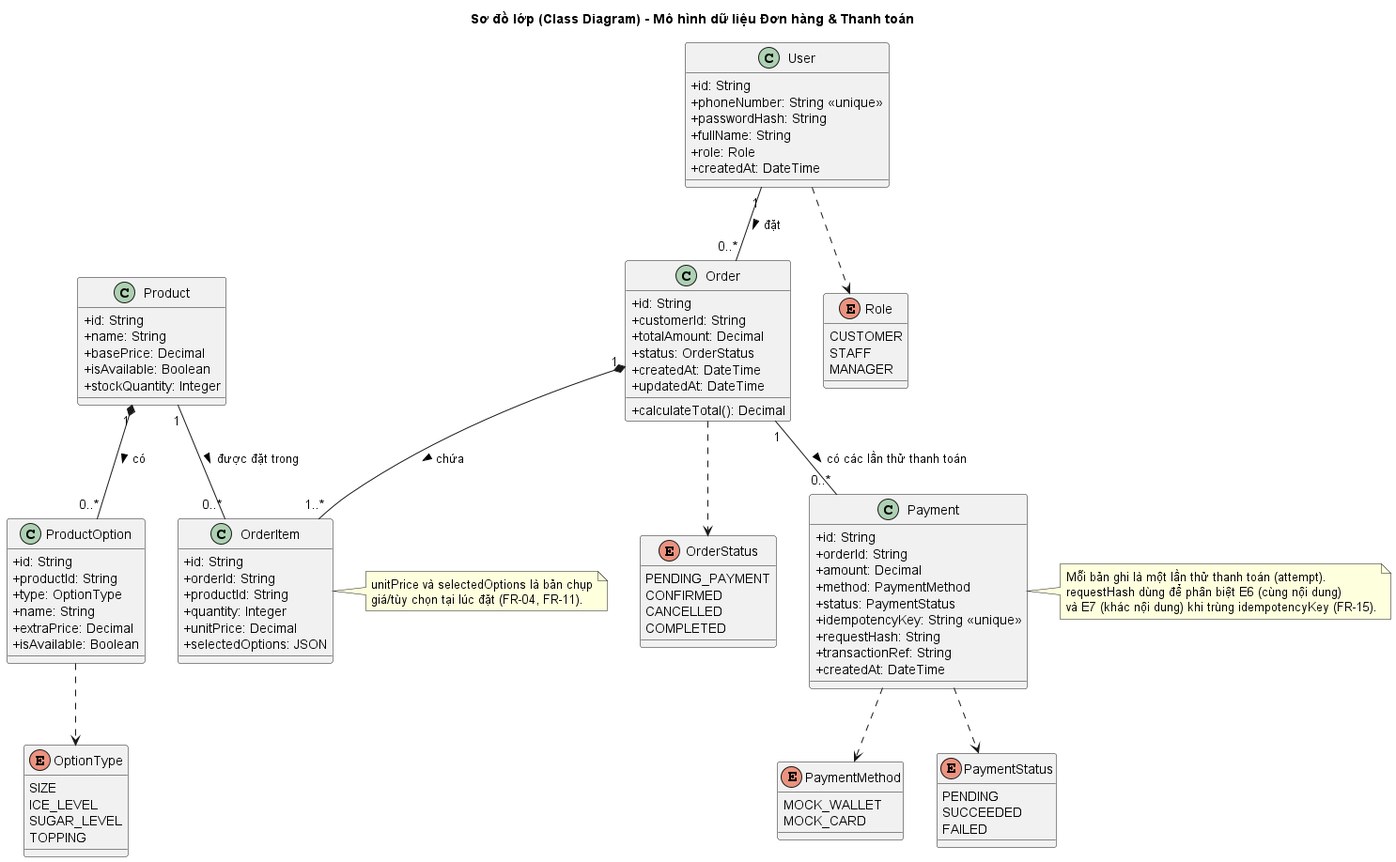
Above: docs/diagrams/exports/Class_Diagram_Model.png in nguyenmintam23-z/BrewLite (PlantUML), before the change. Source of this version:
```plantuml
@startuml Class_Diagram_Model
skinparam classAttributeIconSize 0
skinparam monochrome false

title Sơ đồ lớp (Class Diagram) - Mô hình dữ liệu Đơn hàng & Thanh toán

enum Role {
  CUSTOMER
  STAFF
  MANAGER
}

enum OrderStatus {
  PENDING_PAYMENT
  CONFIRMED
  CANCELLED
  COMPLETED
}

enum PaymentStatus {
  PENDING
  SUCCEEDED
  FAILED
}

enum PaymentMethod {
  MOCK_WALLET
  MOCK_CARD
}

enum OptionType {
  SIZE
  ICE_LEVEL
  SUGAR_LEVEL
  TOPPING
}

class User {
  +id: String
  +phoneNumber: String <<unique>>
  +passwordHash: String
  +fullName: String
  +role: Role
  +createdAt: DateTime
}

class Product {
  +id: String
  +name: String
  +basePrice: Decimal
  +isAvailable: Boolean
  +stockQuantity: Integer
}

class ProductOption {
  +id: String
  +productId: String
  +type: OptionType
  +name: String
  +extraPrice: Decimal
  +isAvailable: Boolean
}

class Order {
  +id: String
  +customerId: String
  +totalAmount: Decimal
  +status: OrderStatus
  +createdAt: DateTime
  +updatedAt: DateTime
  +calculateTotal(): Decimal
}

class OrderItem {
  +id: String
  +orderId: String
  +productId: String
  +quantity: Integer
  +unitPrice: Decimal
  +selectedOptions: JSON
}

class Payment {
  +id: String
  +orderId: String
  +amount: Decimal
  +method: PaymentMethod
  +status: PaymentStatus
  +idempotencyKey: String <<unique>>
  +requestHash: String
  +transactionRef: String
  +createdAt: DateTime
}

note right of OrderItem
  unitPrice và selectedOptions là bản chụp
  giá/tùy chọn tại lúc đặt (FR-04, FR-11).
end note

note right of Payment
  Mỗi bản ghi là một lần thử thanh toán (attempt).
  requestHash dùng để phân biệt E6 (cùng nội dung)
  và E7 (khác nội dung) khi trùng idempotencyKey (FR-15).
end note

User "1" -- "0..*" Order : đặt >
Order "1" *-- "1..*" OrderItem : chứa >
Product "1" -- "0..*" OrderItem : được đặt trong >
Product "1" *-- "0..*" ProductOption : có >
Order "1" -- "0..*" Payment : có các lần thử thanh toán >
User ..> Role
Order ..> OrderStatus
Payment ..> PaymentStatus
Payment ..> PaymentMethod
ProductOption ..> OptionType

@enduml
```
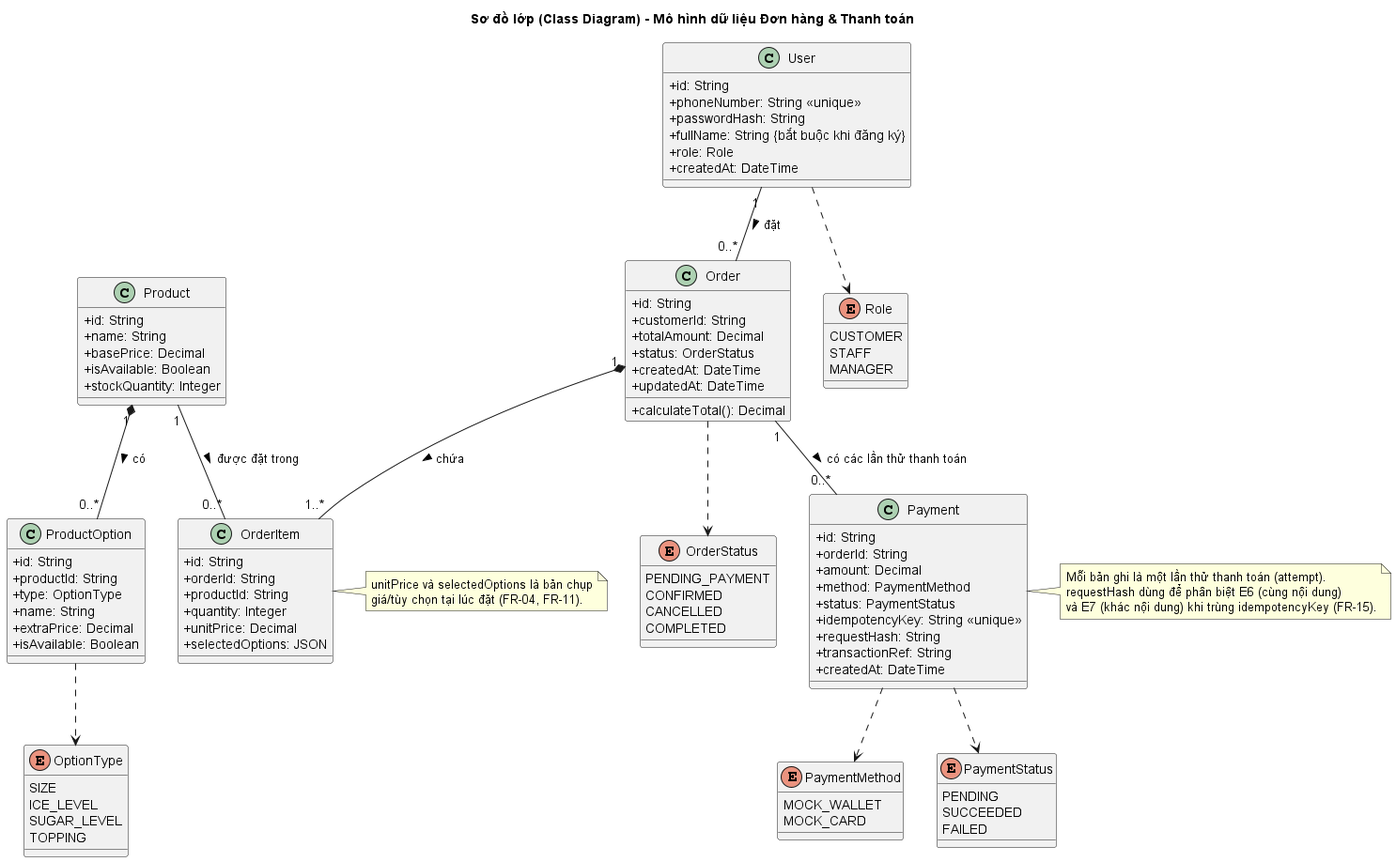
The same file after the commit.

Diff of the diagram source:
```diff
@@ -39,7 +39,7 @@
   +id: String
   +phoneNumber: String <<unique>>
   +passwordHash: String
-  +fullName: String
+  +fullName: String {bắt buộc khi đăng ký}
   +role: Role
   +createdAt: DateTime
 }
```
